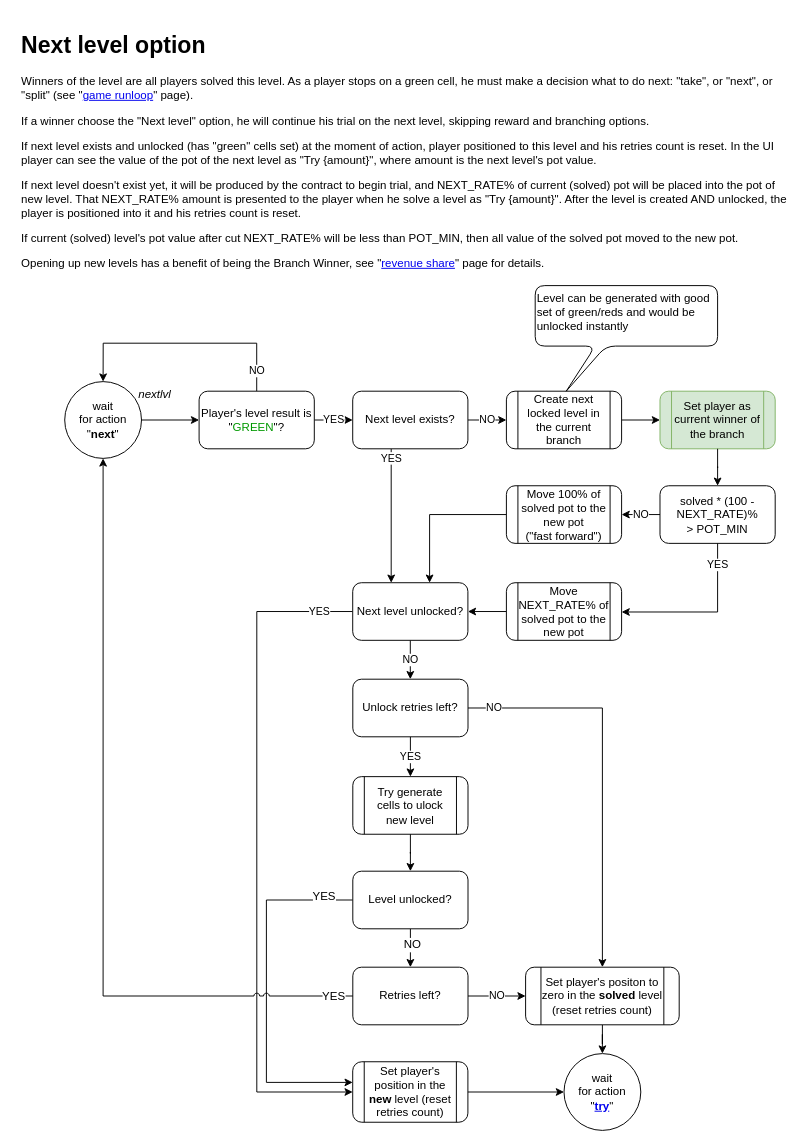
The draw.io diagram page "next" (8 of 14) of ia/WOFFLER IA.drawio in cptn-solo/woffler_contract, before the edit. Source tidied: cells renumbered, new cells numbered last; positions are measured from the earlier drawing's top-left corner, leaving out a move shared by most shapes. Both pictures are drawn from the tidied source at 96%, with x=0, y=0 at pixel (16, 26).
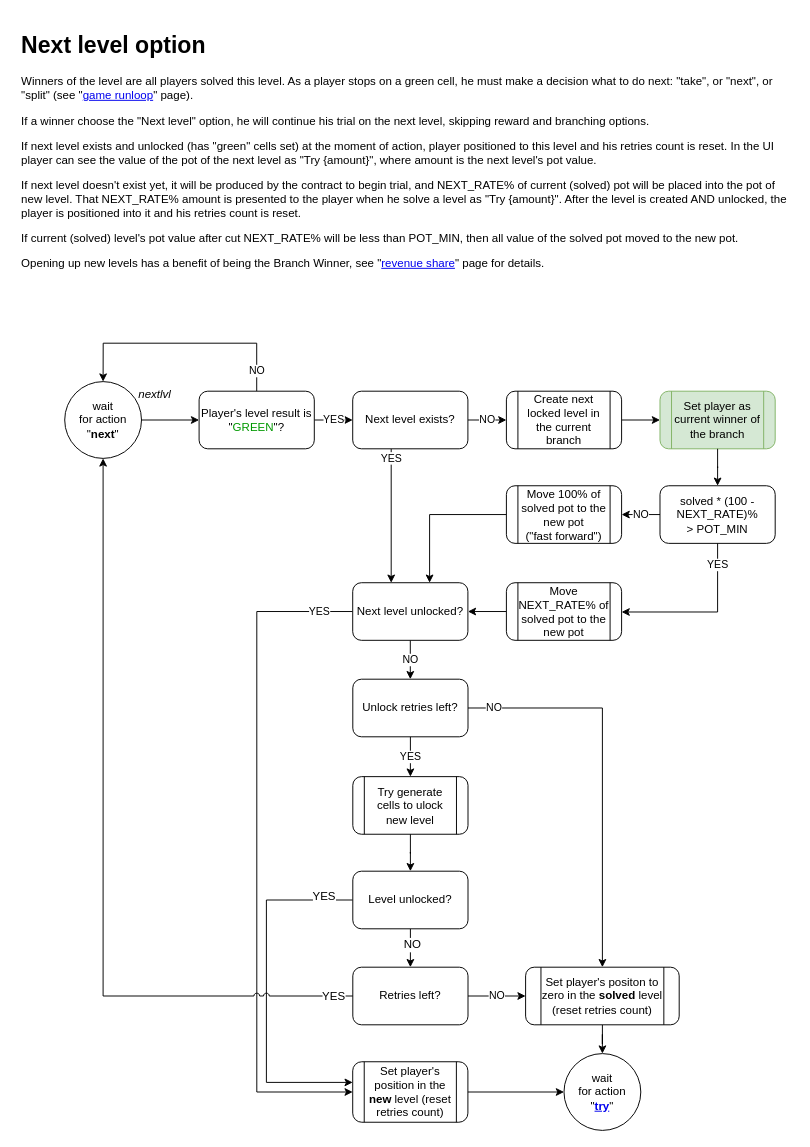
After the change.

Change to the diagram source:
```diff
@@
-    <mxCell id="45" value="Level can be generated with good set of green/reds and would be unlocked instantly" style="shape=callout;whiteSpace=wrap;html=1;perimeter=calloutPerimeter;rounded=1;direction=east;base=11;size=47;position=0.33;align=left;verticalAlign=top;position2=0.17;" parent="1" vertex="1">
-      <mxGeometry x="540" y="270" width="190" height="110" as="geometry" />
-    </mxCell>
```
